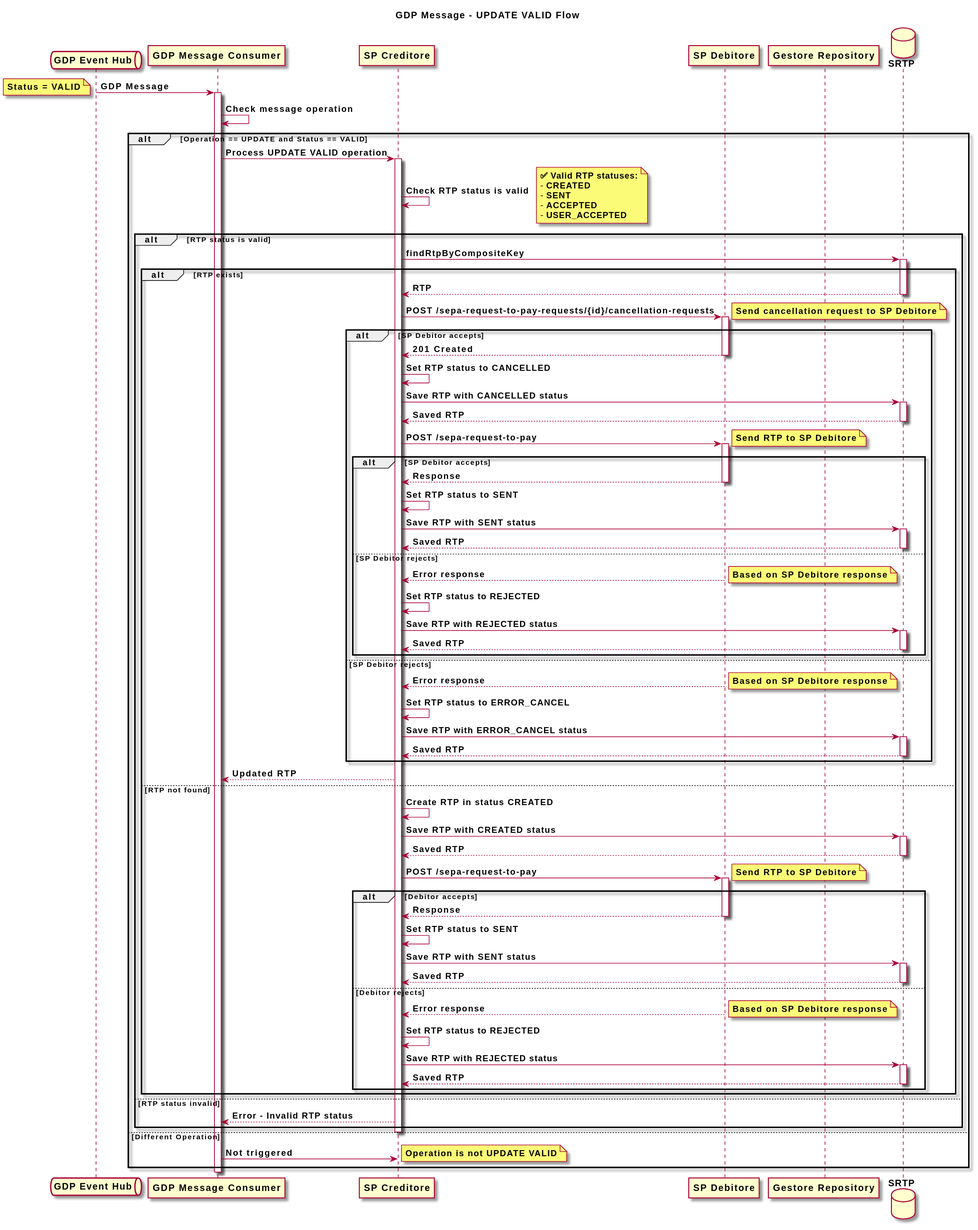
Above: diagrams/update-valid-queue-schema.svg in pagopa/rtp-docs (PlantUML), before the change.
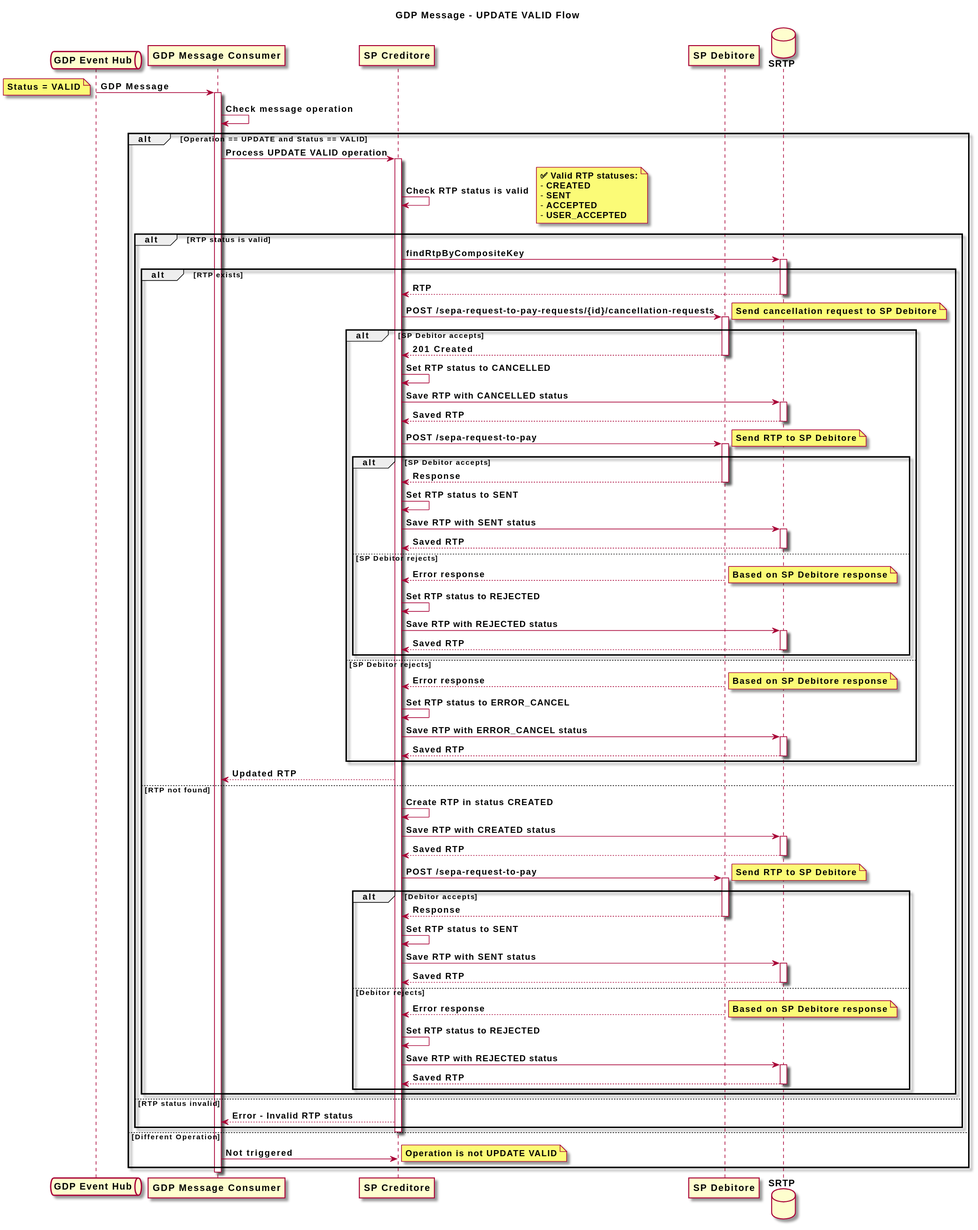
The same file after the commit.

Change to the diagram source:
```diff
@@ -6,7 +6,6 @@
 participant "**GDP Message Consumer**" as Consumer
 participant "**SP Creditore**" as SPC
 participant "**SP Debitore**" as SPD
-participant "**Gestore Repository**" as GR
 database "**SRTP**" as SRTP
 
 Queue -> Consumer: **GDP Message**
```
